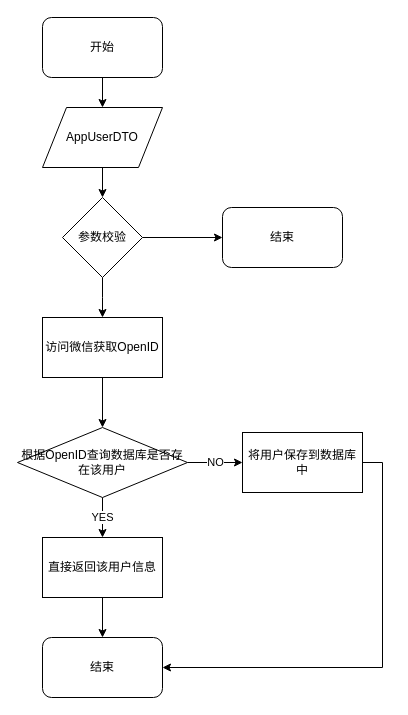
Above: page "ç¬¬ 2 é¡µ" (2 of 3) of 添加地址流程图.drawio in nullbull/uml (draw.io), before the change. Source tidied: cells renumbered, new cells numbered last; positions are measured from the earlier drawing's top-left corner, leaving out a move shared by most shapes. Both pictures are drawn from the tidied source at 100%, with x=0, y=0 at pixel (17, 17).
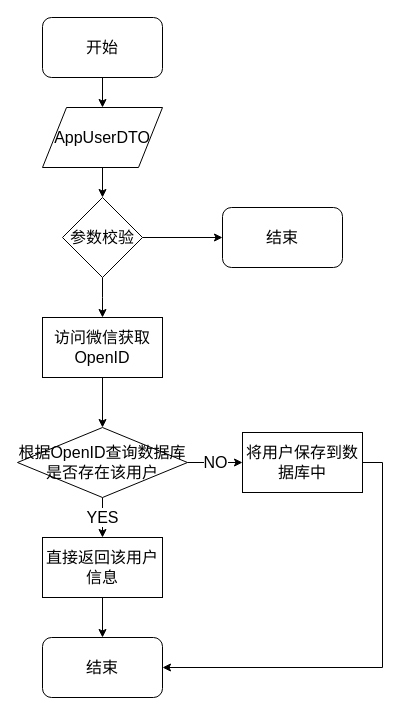
After the change.

What changed in the source:
```diff
@@
-    <mxCell id="2" style="edgeStyle=orthogonalEdgeStyle;rounded=0;jettySize=auto;html=1;exitX=0.5;exitY=1;exitDx=0;exitDy=0;" parent="1" edge="1" source="3" target="5">
+    <mxCell id="2" style="edgeStyle=orthogonalEdgeStyle;rounded=0;jettySize=auto;html=1;exitX=0.5;exitY=1;exitDx=0;exitDy=0;fontSize=16;" parent="1" edge="1" source="3" target="5">
       <mxGeometry relative="1" as="geometry" />
     </mxCell>
-    <mxCell id="3" value="开始" style="rounded=1;whiteSpace=wrap;html=1;" parent="1" vertex="1">
+    <mxCell id="3" value="开始" style="rounded=1;whiteSpace=wrap;html=1;fontSize=16;" parent="1" vertex="1">
       <mxGeometry x="25" width="120" height="60" as="geometry" />
     </mxCell>
-    <mxCell id="4" style="edgeStyle=orthogonalEdgeStyle;rounded=0;jettySize=auto;html=1;exitX=0.5;exitY=1;exitDx=0;exitDy=0;entryX=0.5;entryY=0;entryDx=0;entryDy=0;" parent="1" edge="1" source="5" target="8">
+    <mxCell id="4" style="edgeStyle=orthogonalEdgeStyle;rounded=0;jettySize=auto;html=1;exitX=0.5;exitY=1;exitDx=0;exitDy=0;entryX=0.5;entryY=0;entryDx=0;entryDy=0;fontSize=16;" parent="1" edge="1" source="5" target="8">
       <mxGeometry relative="1" as="geometry" />
     </mxCell>
-    <mxCell id="5" value="AppUserDTO" style="shape=parallelogram;perimeter=parallelogramPerimeter;whiteSpace=wrap;html=1;" parent="1" vertex="1">
+    <mxCell id="5" value="AppUserDTO" style="shape=parallelogram;perimeter=parallelogramPerimeter;whiteSpace=wrap;html=1;fontSize=16;" parent="1" vertex="1">
       <mxGeometry x="25" y="90" width="120" height="60" as="geometry" />
     </mxCell>
-    <mxCell id="6" style="edgeStyle=orthogonalEdgeStyle;rounded=0;jettySize=auto;html=1;exitX=1;exitY=0.5;exitDx=0;exitDy=0;entryX=0;entryY=0.5;entryDx=0;entryDy=0;" parent="1" edge="1" source="8" target="9">
+    <mxCell id="6" style="edgeStyle=orthogonalEdgeStyle;rounded=0;jettySize=auto;html=1;exitX=1;exitY=0.5;exitDx=0;exitDy=0;entryX=0;entryY=0.5;entryDx=0;entryDy=0;fontSize=16;" parent="1" edge="1" source="8" target="9">
       <mxGeometry relative="1" as="geometry" />
     </mxCell>
-    <mxCell id="7" style="edgeStyle=orthogonalEdgeStyle;rounded=0;jettySize=auto;html=1;exitX=0.5;exitY=1;exitDx=0;exitDy=0;entryX=0.5;entryY=0;entryDx=0;entryDy=0;" parent="1" edge="1" source="8">
+    <mxCell id="7" style="edgeStyle=orthogonalEdgeStyle;rounded=0;jettySize=auto;html=1;exitX=0.5;exitY=1;exitDx=0;exitDy=0;entryX=0.5;entryY=0;entryDx=0;entryDy=0;fontSize=16;" parent="1" edge="1" source="8">
       <mxGeometry relative="1" as="geometry">
         <mxPoint x="85" y="300" as="targetPoint" />
       </mxGeometry>
     </mxCell>
-    <mxCell id="8" value="参数校验" style="rhombus;whiteSpace=wrap;html=1;" parent="1" vertex="1">
+    <mxCell id="8" value="参数校验" style="rhombus;whiteSpace=wrap;html=1;fontSize=16;" parent="1" vertex="1">
       <mxGeometry x="45" y="180" width="80" height="80" as="geometry" />
     </mxCell>
-    <mxCell id="9" value="结束" style="rounded=1;whiteSpace=wrap;html=1;" parent="1" vertex="1">
+    <mxCell id="9" value="结束" style="rounded=1;whiteSpace=wrap;html=1;fontSize=16;" parent="1" vertex="1">
       <mxGeometry x="205" y="190" width="120" height="60" as="geometry" />
     </mxCell>
-    <mxCell id="10" value="访问微信获取OpenID" style="rounded=0;whiteSpace=wrap;html=1;" parent="1" vertex="1">
+    <mxCell id="10" value="访问微信获取OpenID" style="rounded=0;whiteSpace=wrap;html=1;fontSize=16;" parent="1" vertex="1">
       <mxGeometry x="25" y="300" width="120" height="60" as="geometry" />
     </mxCell>
-    <mxCell id="11" style="edgeStyle=orthogonalEdgeStyle;rounded=0;jettySize=auto;html=1;exitX=0.5;exitY=1;exitDx=0;exitDy=0;" parent="1" edge="1" source="10" target="14">
+    <mxCell id="11" style="edgeStyle=orthogonalEdgeStyle;rounded=0;jettySize=auto;html=1;exitX=0.5;exitY=1;exitDx=0;exitDy=0;fontSize=16;" parent="1" edge="1" source="10" target="14">
       <mxGeometry relative="1" as="geometry" />
     </mxCell>
-    <mxCell id="12" value="YES&lt;br&gt;" style="edgeStyle=orthogonalEdgeStyle;rounded=0;jettySize=auto;html=1;exitX=0.5;exitY=1;exitDx=0;exitDy=0;" parent="1" edge="1" source="14" target="18">
+    <mxCell id="12" value="YES&lt;br style=&quot;font-size: 16px;&quot;&gt;" style="edgeStyle=orthogonalEdgeStyle;rounded=0;jettySize=auto;html=1;exitX=0.5;exitY=1;exitDx=0;exitDy=0;fontSize=16;" parent="1" edge="1" source="14" target="18">
       <mxGeometry relative="1" as="geometry" />
     </mxCell>
-    <mxCell id="13" value="NO" style="edgeStyle=orthogonalEdgeStyle;rounded=0;jettySize=auto;html=1;exitX=1;exitY=0.5;exitDx=0;exitDy=0;entryX=0;entryY=0.5;entryDx=0;entryDy=0;" parent="1" edge="1" source="14" target="16">
+    <mxCell id="13" value="NO" style="edgeStyle=orthogonalEdgeStyle;rounded=0;jettySize=auto;html=1;exitX=1;exitY=0.5;exitDx=0;exitDy=0;entryX=0;entryY=0.5;entryDx=0;entryDy=0;fontSize=16;" parent="1" edge="1" source="14" target="16">
       <mxGeometry relative="1" as="geometry" />
     </mxCell>
-    <mxCell id="14" value="&lt;span&gt;根据OpenID查询数据库是否存在该用户&lt;/span&gt;" style="rhombus;whiteSpace=wrap;html=1;" parent="1" vertex="1">
+    <mxCell id="14" value="&lt;span style=&quot;font-size: 16px;&quot;&gt;根据OpenID查询数据库是否存在该用户&lt;/span&gt;" style="rhombus;whiteSpace=wrap;html=1;fontSize=16;" parent="1" vertex="1">
       <mxGeometry y="410" width="170" height="70" as="geometry" />
     </mxCell>
-    <mxCell id="15" style="edgeStyle=orthogonalEdgeStyle;rounded=0;jettySize=auto;html=1;exitX=1;exitY=0.5;exitDx=0;exitDy=0;entryX=1;entryY=0.5;entryDx=0;entryDy=0;" parent="1" edge="1" source="16" target="19">
+    <mxCell id="15" style="edgeStyle=orthogonalEdgeStyle;rounded=0;jettySize=auto;html=1;exitX=1;exitY=0.5;exitDx=0;exitDy=0;entryX=1;entryY=0.5;entryDx=0;entryDy=0;fontSize=16;" parent="1" edge="1" source="16" target="19">
       <mxGeometry relative="1" as="geometry" />
     </mxCell>
-    <mxCell id="16" value="将用户保存到数据库中" style="rounded=0;whiteSpace=wrap;html=1;" parent="1" vertex="1">
+    <mxCell id="16" value="将用户保存到数据库中" style="rounded=0;whiteSpace=wrap;html=1;fontSize=16;" parent="1" vertex="1">
       <mxGeometry x="225" y="415" width="120" height="60" as="geometry" />
     </mxCell>
-    <mxCell id="17" style="edgeStyle=orthogonalEdgeStyle;rounded=0;jettySize=auto;html=1;exitX=0.5;exitY=1;exitDx=0;exitDy=0;entryX=0.5;entryY=0;entryDx=0;entryDy=0;" parent="1" edge="1" source="18" target="19">
+    <mxCell id="17" style="edgeStyle=orthogonalEdgeStyle;rounded=0;jettySize=auto;html=1;exitX=0.5;exitY=1;exitDx=0;exitDy=0;entryX=0.5;entryY=0;entryDx=0;entryDy=0;fontSize=16;" parent="1" edge="1" source="18" target="19">
       <mxGeometry relative="1" as="geometry" />
     </mxCell>
-    <mxCell id="18" value="直接返回该用户信息" style="rounded=0;whiteSpace=wrap;html=1;" parent="1" vertex="1">
+    <mxCell id="18" value="直接返回该用户信息" style="rounded=0;whiteSpace=wrap;html=1;fontSize=16;" parent="1" vertex="1">
       <mxGeometry x="25" y="520" width="120" height="60" as="geometry" />
     </mxCell>
-    <mxCell id="19" value="结束" style="rounded=1;whiteSpace=wrap;html=1;" parent="1" vertex="1">
+    <mxCell id="19" value="结束" style="rounded=1;whiteSpace=wrap;html=1;fontSize=16;" parent="1" vertex="1">
       <mxGeometry x="25" y="620" width="120" height="60" as="geometry" />
     </mxCell>
```
